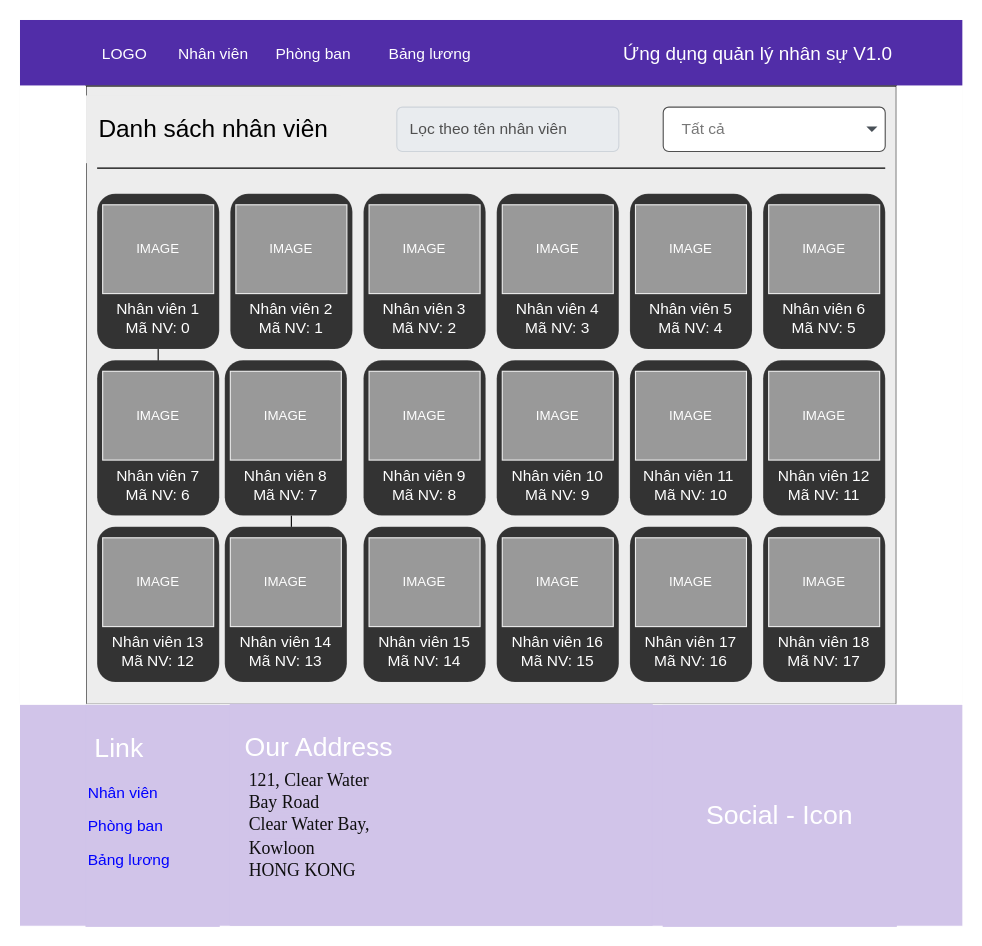
Above: staffs.drawio in NTD-Funix/FUNiXReactJSASM (draw.io), before the change. Source tidied: cells renumbered, new cells numbered last; positions are measured from the earlier drawing's top-left corner, leaving out a move shared by most shapes. Both pictures are drawn from the tidied source at 111%, with x=0, y=0 at pixel (19, 19).
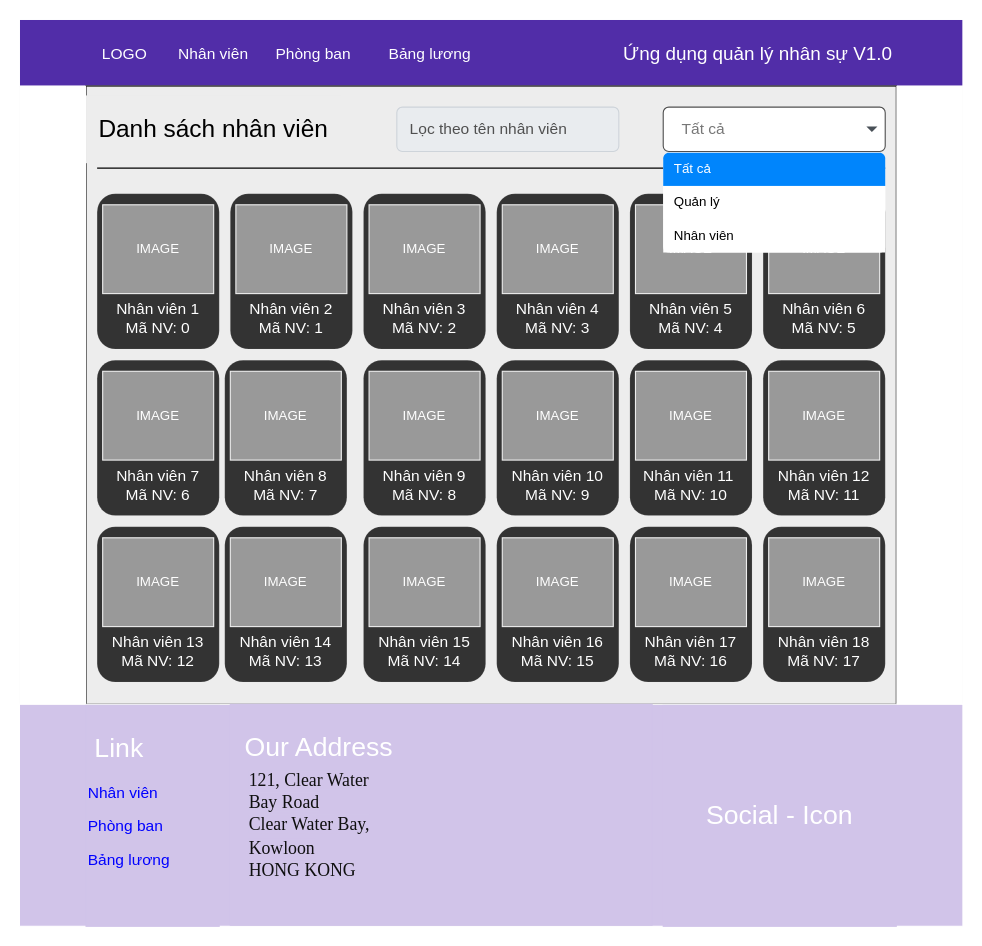
The same page after the edit.

The edit, as a diff of the source:
```diff
@@
-    <mxCell id="13" style="edgeStyle=none;html=1;" parent="1" edge="1">
-      <mxGeometry relative="1" as="geometry">
-        <mxPoint x="125" y="297" as="sourcePoint" />
-        <mxPoint x="125" y="357" as="targetPoint" />
-      </mxGeometry>
-    </mxCell>
-    <mxCell id="14" style="edgeStyle=none;html=1;" parent="1" edge="1">
-      <mxGeometry relative="1" as="geometry">
-        <mxPoint x="245" y="447" as="sourcePoint" />
-        <mxPoint x="245" y="527" as="targetPoint" />
-      </mxGeometry>
-    </mxCell>
@@
+    <mxCell id="65" style="html=1;shadow=0;dashed=0;shape=mxgraph.bootstrap.rrect;rSize=5;html=1;whiteSpace=wrap;fillColor=#FFFFFF;fontColor=#000000;strokeColor=none;" parent="1" vertex="1">
+      <mxGeometry x="580" y="120" width="200" height="90" as="geometry" />
+    </mxCell>
+    <mxCell id="66" value="Tất cả" style="html=1;shadow=0;dashed=0;shape=mxgraph.bootstrap.topButton;rSize=5;strokeColor=none;fillColor=#0085FC;fontColor=#ffffff;perimeter=none;whiteSpace=wrap;align=left;spacing=10;" parent="65" vertex="1">
+      <mxGeometry width="200" height="30" relative="1" as="geometry" />
+    </mxCell>
+    <mxCell id="67" value="Quản lý" style="strokeColor=inherit;fillColor=inherit;gradientColor=inherit;fontColor=inherit;html=1;shadow=0;dashed=0;perimeter=none;whiteSpace=wrap;align=left;spacing=10;" parent="65" vertex="1">
+      <mxGeometry width="200" height="30" relative="1" as="geometry">
+        <mxPoint y="30" as="offset" />
+      </mxGeometry>
+    </mxCell>
+    <mxCell id="68" value="Nhân viên" style="strokeColor=inherit;fillColor=inherit;gradientColor=inherit;fontColor=inherit;html=1;shadow=0;dashed=0;perimeter=none;whiteSpace=wrap;align=left;spacing=10;" parent="65" vertex="1">
+      <mxGeometry width="200" height="30" relative="1" as="geometry">
+        <mxPoint y="60" as="offset" />
+      </mxGeometry>
+    </mxCell>
```
